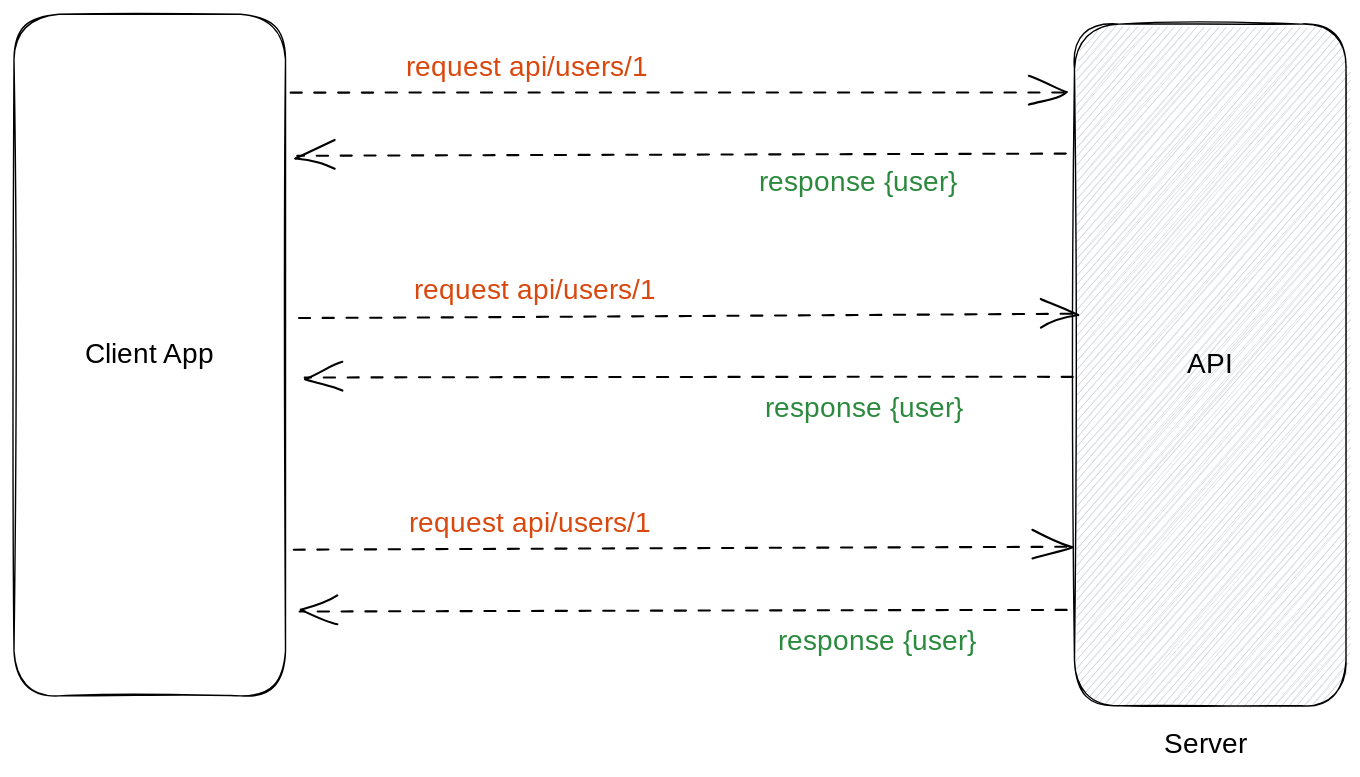
Earlier version of the Excalidraw export .gitbook/assets/file.excalidraw.svg (WoW-2-0/WOW2.Core---Old). Source tidied: one line per element, renumbered; positions are measured from the earlier drawing's top-left corner, leaving out a move shared by most shapes. The source it was exported from:
```json
{"id": 0, "type": "rectangle", "strokeColor": "#000000", "backgroundColor": "#ced4da", "fillStyle": "hachure", "strokeWidth": 1, "roughness": 1, "round": true, "x": 758, "y": 7, "width": 194, "height": 487}
{"id": 1, "type": "rectangle", "strokeColor": "#000000", "strokeWidth": 1, "roughness": 1, "round": true, "x": 0, "y": 0, "width": 194, "height": 487}
{"id": 2, "type": "text", "text": "API", "strokeColor": "#000000", "strokeWidth": 1, "roughness": 1, "fontSize": 20, "fontFamily": 1, "textAlign": "center", "verticalAlign": "middle", "inside": 0, "x": 835, "y": 237, "width": 39, "height": 27}
{"id": 3, "type": "text", "text": "Client App", "strokeColor": "#000000", "strokeWidth": 1, "roughness": 1, "fontSize": 20, "fontFamily": 1, "textAlign": "center", "verticalAlign": "middle", "inside": 1, "x": 48, "y": 230, "width": 99, "height": 27}
{"id": 4, "type": "text", "text": "Server", "strokeColor": "#000000", "strokeWidth": 1, "roughness": 1, "fontSize": 20, "fontFamily": 1, "x": 822, "y": 510, "width": 64, "height": 25}
{"id": 5, "type": "arrow", "strokeColor": "#000000", "backgroundColor": "#ced4da", "fillStyle": "hachure", "strokeWidth": 1, "strokeStyle": "dashed", "roughness": 1, "endArrowhead": "arrow", "round": true, "from": 1, "to": 0, "x": 198, "y": 56, "width": 557, "height": 1, "points": [[0, 0], [557, -1]]}
{"id": 6, "type": "arrow", "strokeColor": "#000000", "backgroundColor": "#ced4da", "fillStyle": "hachure", "strokeWidth": 1, "strokeStyle": "dashed", "roughness": 1, "endArrowhead": "arrow", "round": true, "from": 1, "x": 204, "y": 216, "width": 557, "height": 1, "points": [[0, 0], [557, -1]]}
{"id": 7, "type": "arrow", "strokeColor": "#000000", "backgroundColor": "#ced4da", "fillStyle": "hachure", "strokeWidth": 1, "strokeStyle": "dashed", "roughness": 1, "endArrowhead": "arrow", "round": true, "from": 1, "to": 0, "x": 200, "y": 382, "width": 557, "height": 1, "points": [[0, 0], [557, -1]]}
{"id": 8, "type": "text", "text": "request api/users/1", "strokeColor": "#d9480f", "backgroundColor": "#ced4da", "fillStyle": "hachure", "strokeWidth": 1, "strokeStyle": "dashed", "roughness": 1, "fontSize": 20, "fontFamily": 1, "x": 280, "y": 26, "width": 193, "height": 25}
{"id": 9, "type": "text", "text": "request api/users/1", "strokeColor": "#d9480f", "backgroundColor": "#ced4da", "fillStyle": "hachure", "strokeWidth": 1, "strokeStyle": "dashed", "roughness": 1, "fontSize": 20, "fontFamily": 1, "x": 286, "y": 185, "width": 193, "height": 25}
{"id": 10, "type": "text", "text": "request api/users/1", "strokeColor": "#d9480f", "backgroundColor": "#ced4da", "fillStyle": "hachure", "strokeWidth": 1, "strokeStyle": "dashed", "roughness": 1, "fontSize": 20, "fontFamily": 1, "x": 282, "y": 352, "width": 193, "height": 25}
{"id": 11, "type": "arrow", "strokeColor": "#000000", "backgroundColor": "#ced4da", "fillStyle": "hachure", "strokeWidth": 1, "strokeStyle": "dashed", "roughness": 1, "endArrowhead": "arrow", "round": true, "from": 0, "to": 1, "x": 752, "y": 100, "width": 549, "height": 1, "points": [[0, 0], [-549, 1]]}
{"id": 12, "type": "arrow", "strokeColor": "#000000", "backgroundColor": "#ced4da", "fillStyle": "hachure", "strokeWidth": 1, "strokeStyle": "dashed", "roughness": 1, "endArrowhead": "arrow", "round": true, "from": 0, "to": 1, "x": 757, "y": 260, "width": 548, "height": 1, "points": [[0, 0], [-548, 1]]}
{"id": 13, "type": "arrow", "strokeColor": "#000000", "backgroundColor": "#ced4da", "fillStyle": "hachure", "strokeWidth": 1, "strokeStyle": "dashed", "roughness": 1, "endArrowhead": "arrow", "round": true, "from": 0, "to": 1, "x": 753, "y": 426, "width": 549, "height": 1, "points": [[0, 0], [-549, 1]]}
{"id": 14, "type": "text", "text": "response {user}", "strokeColor": "#2b8a3e", "backgroundColor": "#ced4da", "fillStyle": "hachure", "strokeWidth": 1, "strokeStyle": "dashed", "roughness": 1, "fontSize": 20, "fontFamily": 1, "x": 533, "y": 108, "width": 158, "height": 25}
{"id": 15, "type": "text", "text": "response {user}", "strokeColor": "#2b8a3e", "backgroundColor": "#ced4da", "fillStyle": "hachure", "strokeWidth": 1, "strokeStyle": "dashed", "roughness": 1, "fontSize": 20, "fontFamily": 1, "x": 537, "y": 270, "width": 158, "height": 25}
{"id": 16, "type": "text", "text": "response {user}", "strokeColor": "#2b8a3e", "backgroundColor": "#ced4da", "fillStyle": "hachure", "strokeWidth": 1, "strokeStyle": "dashed", "roughness": 1, "fontSize": 20, "fontFamily": 1, "x": 546, "y": 436, "width": 158, "height": 25}
```
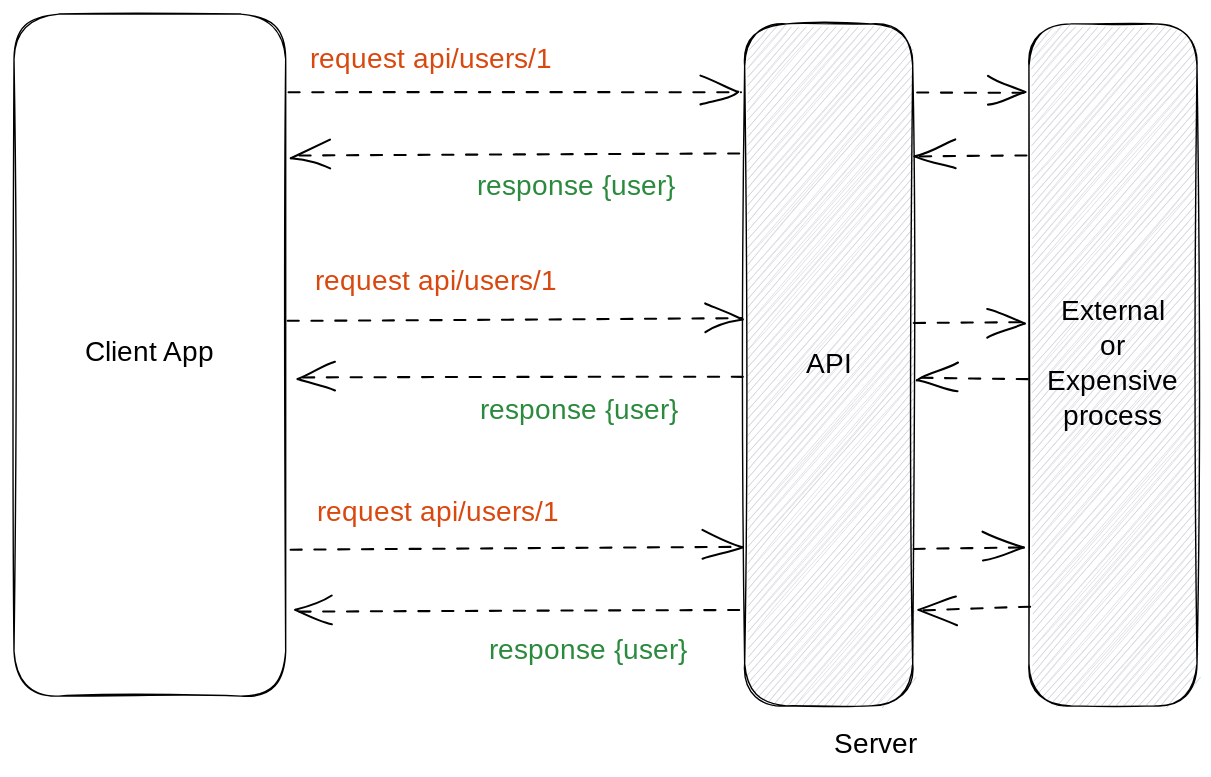
After the change.

Commit message:
GITBOOK-13: change request with no subject merged in GitBook

Change to the diagram source:
```diff
@@ -1,17 +1,25 @@
-{"id": 0, "type": "rectangle", "strokeColor": "#000000", "backgroundColor": "#ced4da", "fillStyle": "hachure", "strokeWidth": 1, "roughness": 1, "round": true, "x": 758, "y": 7, "width": 194, "height": 487}
+{"id": 0, "type": "rectangle", "strokeColor": "#000000", "backgroundColor": "#ced4da", "fillStyle": "hachure", "strokeWidth": 1, "roughness": 1, "round": true, "x": 522, "y": 7, "width": 120, "height": 487}
+{"id": 17, "type": "rectangle", "strokeColor": "#000000", "backgroundColor": "#ced4da", "fillStyle": "hachure", "strokeWidth": 1, "roughness": 1, "round": true, "x": 725, "y": 7, "width": 120, "height": 487}
 {"id": 1, "type": "rectangle", "strokeColor": "#000000", "strokeWidth": 1, "roughness": 1, "round": true, "x": 0, "y": 0, "width": 194, "height": 487}
-{"id": 2, "type": "text", "text": "API", "strokeColor": "#000000", "strokeWidth": 1, "roughness": 1, "fontSize": 20, "fontFamily": 1, "textAlign": "center", "verticalAlign": "middle", "inside": 0, "x": 835, "y": 237, "width": 39, "height": 27}
+{"id": 2, "type": "text", "text": "API", "strokeColor": "#000000", "strokeWidth": 1, "roughness": 1, "fontSize": 20, "fontFamily": 1, "textAlign": "center", "verticalAlign": "middle", "inside": 0, "x": 562, "y": 238, "width": 39, "height": 25}
+{"id": 18, "type": "text", "text": "External\nor\nExpensive\nprocess", "strokeColor": "#000000", "strokeWidth": 1, "roughness": 1, "fontSize": 20, "fontFamily": 1, "textAlign": "center", "verticalAlign": "middle", "inside": 17, "x": 738, "y": 200, "width": 93, "height": 100}
-{"id": 3, "type": "text", "text": "Client App", "strokeColor": "#000000", "strokeWidth": 1, "roughness": 1, "fontSize": 20, "fontFamily": 1, "textAlign": "center", "verticalAlign": "middle", "inside": 1, "x": 48, "y": 230, "width": 99, "height": 27}
+{"id": 3, "type": "text", "text": "Client App", "strokeColor": "#000000", "strokeWidth": 1, "roughness": 1, "fontSize": 20, "fontFamily": 1, "textAlign": "center", "verticalAlign": "middle", "inside": 1, "x": 48, "y": 230, "width": 99, "height": 25}
-{"id": 4, "type": "text", "text": "Server", "strokeColor": "#000000", "strokeWidth": 1, "roughness": 1, "fontSize": 20, "fontFamily": 1, "x": 822, "y": 510, "width": 64, "height": 25}
+{"id": 4, "type": "text", "text": "Server", "strokeColor": "#000000", "strokeWidth": 1, "roughness": 1, "fontSize": 20, "fontFamily": 1, "x": 586, "y": 510, "width": 64, "height": 25}
-{"id": 5, "type": "arrow", "strokeColor": "#000000", "backgroundColor": "#ced4da", "fillStyle": "hachure", "strokeWidth": 1, "strokeStyle": "dashed", "roughness": 1, "endArrowhead": "arrow", "round": true, "from": 1, "to": 0, "x": 198, "y": 56, "width": 557, "height": 1, "points": [[0, 0], [557, -1]]}
+{"id": 5, "type": "arrow", "strokeColor": "#000000", "backgroundColor": "#ced4da", "fillStyle": "hachure", "strokeWidth": 1, "strokeStyle": "dashed", "roughness": 1, "endArrowhead": "arrow", "round": true, "from": 1, "to": 0, "x": 197, "y": 56, "width": 323, "height": 1, "points": [[0, 0], [323, -1]]}
-{"id": 6, "type": "arrow", "strokeColor": "#000000", "backgroundColor": "#ced4da", "fillStyle": "hachure", "strokeWidth": 1, "strokeStyle": "dashed", "roughness": 1, "endArrowhead": "arrow", "round": true, "from": 1, "x": 204, "y": 216, "width": 557, "height": 1, "points": [[0, 0], [557, -1]]}
+{"id": 6, "type": "arrow", "strokeColor": "#000000", "backgroundColor": "#ced4da", "fillStyle": "hachure", "strokeWidth": 1, "strokeStyle": "dashed", "roughness": 1, "endArrowhead": "arrow", "round": true, "from": 1, "to": 0, "x": 195, "y": 218, "width": 325, "height": 0, "points": [[0, 0], [325, 0]]}
-{"id": 7, "type": "arrow", "strokeColor": "#000000", "backgroundColor": "#ced4da", "fillStyle": "hachure", "strokeWidth": 1, "strokeStyle": "dashed", "roughness": 1, "endArrowhead": "arrow", "round": true, "from": 1, "to": 0, "x": 200, "y": 382, "width": 557, "height": 1, "points": [[0, 0], [557, -1]]}
+{"id": 7, "type": "arrow", "strokeColor": "#000000", "backgroundColor": "#ced4da", "fillStyle": "hachure", "strokeWidth": 1, "strokeStyle": "dashed", "roughness": 1, "endArrowhead": "arrow", "round": true, "from": 1, "to": 0, "x": 198, "y": 382, "width": 323, "height": 1, "points": [[0, 0], [323, -1]]}
-{"id": 8, "type": "text", "text": "request api/users/1", "strokeColor": "#d9480f", "backgroundColor": "#ced4da", "fillStyle": "hachure", "strokeWidth": 1, "strokeStyle": "dashed", "roughness": 1, "fontSize": 20, "fontFamily": 1, "x": 280, "y": 26, "width": 193, "height": 25}
+{"id": 8, "type": "text", "text": "request api/users/1", "strokeColor": "#d9480f", "backgroundColor": "#ced4da", "fillStyle": "hachure", "strokeWidth": 1, "strokeStyle": "dashed", "roughness": 1, "fontSize": 20, "fontFamily": 1, "x": 211, "y": 21, "width": 193, "height": 25}
-{"id": 9, "type": "text", "text": "request api/users/1", "strokeColor": "#d9480f", "backgroundColor": "#ced4da", "fillStyle": "hachure", "strokeWidth": 1, "strokeStyle": "dashed", "roughness": 1, "fontSize": 20, "fontFamily": 1, "x": 286, "y": 185, "width": 193, "height": 25}
+{"id": 9, "type": "text", "text": "request api/users/1", "strokeColor": "#d9480f", "backgroundColor": "#ced4da", "fillStyle": "hachure", "strokeWidth": 1, "strokeStyle": "dashed", "roughness": 1, "fontSize": 20, "fontFamily": 1, "x": 215, "y": 179, "width": 193, "height": 25}
-{"id": 10, "type": "text", "text": "request api/users/1", "strokeColor": "#d9480f", "backgroundColor": "#ced4da", "fillStyle": "hachure", "strokeWidth": 1, "strokeStyle": "dashed", "roughness": 1, "fontSize": 20, "fontFamily": 1, "x": 282, "y": 352, "width": 193, "height": 25}
+{"id": 10, "type": "text", "text": "request api/users/1", "strokeColor": "#d9480f", "backgroundColor": "#ced4da", "fillStyle": "hachure", "strokeWidth": 1, "strokeStyle": "dashed", "roughness": 1, "fontSize": 20, "fontFamily": 1, "x": 216, "y": 344, "width": 193, "height": 25}
-{"id": 11, "type": "arrow", "strokeColor": "#000000", "backgroundColor": "#ced4da", "fillStyle": "hachure", "strokeWidth": 1, "strokeStyle": "dashed", "roughness": 1, "endArrowhead": "arrow", "round": true, "from": 0, "to": 1, "x": 752, "y": 100, "width": 549, "height": 1, "points": [[0, 0], [-549, 1]]}
+{"id": 11, "type": "arrow", "strokeColor": "#000000", "backgroundColor": "#ced4da", "fillStyle": "hachure", "strokeWidth": 1, "strokeStyle": "dashed", "roughness": 1, "endArrowhead": "arrow", "round": true, "from": 0, "to": 1, "x": 518, "y": 100, "width": 318, "height": 1, "points": [[0, 0], [-318, 1]]}
-{"id": 12, "type": "arrow", "strokeColor": "#000000", "backgroundColor": "#ced4da", "fillStyle": "hachure", "strokeWidth": 1, "strokeStyle": "dashed", "roughness": 1, "endArrowhead": "arrow", "round": true, "from": 0, "to": 1, "x": 757, "y": 260, "width": 548, "height": 1, "points": [[0, 0], [-548, 1]]}
+{"id": 12, "type": "arrow", "strokeColor": "#000000", "backgroundColor": "#ced4da", "fillStyle": "hachure", "strokeWidth": 1, "strokeStyle": "dashed", "roughness": 1, "endArrowhead": "arrow", "round": true, "from": 0, "to": 1, "x": 521, "y": 260, "width": 318, "height": 1, "points": [[0, 0], [-318, 1]]}
-{"id": 13, "type": "arrow", "strokeColor": "#000000", "backgroundColor": "#ced4da", "fillStyle": "hachure", "strokeWidth": 1, "strokeStyle": "dashed", "roughness": 1, "endArrowhead": "arrow", "round": true, "from": 0, "to": 1, "x": 753, "y": 426, "width": 549, "height": 1, "points": [[0, 0], [-549, 1]]}
+{"id": 13, "type": "arrow", "strokeColor": "#000000", "backgroundColor": "#ced4da", "fillStyle": "hachure", "strokeWidth": 1, "strokeStyle": "dashed", "roughness": 1, "endArrowhead": "arrow", "round": true, "from": 0, "to": 1, "x": 519, "y": 426, "width": 318, "height": 1, "points": [[0, 0], [-318, 1]]}
-{"id": 14, "type": "text", "text": "response {user}", "strokeColor": "#2b8a3e", "backgroundColor": "#ced4da", "fillStyle": "hachure", "strokeWidth": 1, "strokeStyle": "dashed", "roughness": 1, "fontSize": 20, "fontFamily": 1, "x": 533, "y": 108, "width": 158, "height": 25}
+{"id": 14, "type": "text", "text": "response {user}", "strokeColor": "#2b8a3e", "backgroundColor": "#ced4da", "fillStyle": "hachure", "strokeWidth": 1, "strokeStyle": "dashed", "roughness": 1, "fontSize": 20, "fontFamily": 1, "x": 331, "y": 111, "width": 158, "height": 25}
-{"id": 15, "type": "text", "text": "response {user}", "strokeColor": "#2b8a3e", "backgroundColor": "#ced4da", "fillStyle": "hachure", "strokeWidth": 1, "strokeStyle": "dashed", "roughness": 1, "fontSize": 20, "fontFamily": 1, "x": 537, "y": 270, "width": 158, "height": 25}
+{"id": 15, "type": "text", "text": "response {user}", "strokeColor": "#2b8a3e", "backgroundColor": "#ced4da", "fillStyle": "hachure", "strokeWidth": 1, "strokeStyle": "dashed", "roughness": 1, "fontSize": 20, "fontFamily": 1, "x": 333, "y": 271, "width": 158, "height": 25}
-{"id": 16, "type": "text", "text": "response {user}", "strokeColor": "#2b8a3e", "backgroundColor": "#ced4da", "fillStyle": "hachure", "strokeWidth": 1, "strokeStyle": "dashed", "roughness": 1, "fontSize": 20, "fontFamily": 1, "x": 546, "y": 436, "width": 158, "height": 25}
+{"id": 16, "type": "text", "text": "response {user}", "strokeColor": "#2b8a3e", "backgroundColor": "#ced4da", "fillStyle": "hachure", "strokeWidth": 1, "strokeStyle": "dashed", "roughness": 1, "fontSize": 20, "fontFamily": 1, "x": 339, "y": 442, "width": 158, "height": 25}
+{"id": 19, "type": "arrow", "strokeColor": "#000000", "strokeWidth": 1, "strokeStyle": "dashed", "roughness": 1, "endArrowhead": "arrow", "round": true, "from": 0, "to": 17, "x": 646, "y": 56, "width": 79, "height": 0, "points": [[0, 0], [79, 0]]}
+{"id": 20, "type": "arrow", "strokeColor": "#000000", "strokeWidth": 1, "strokeStyle": "dashed", "roughness": 1, "endArrowhead": "arrow", "round": true, "from": 17, "to": 0, "x": 723, "y": 101, "width": 77, "height": 1, "points": [[0, 0], [-77, 1]]}
+{"id": 21, "type": "arrow", "strokeColor": "#000000", "strokeWidth": 1, "strokeStyle": "dashed", "roughness": 1, "endArrowhead": "arrow", "round": true, "from": 0, "to": 17, "x": 643, "y": 221, "width": 79, "height": 0, "points": [[0, 0], [79, 0]]}
+{"id": 22, "type": "arrow", "strokeColor": "#000000", "strokeWidth": 1, "strokeStyle": "dashed", "roughness": 1, "endArrowhead": "arrow", "round": true, "from": 17, "to": 0, "x": 724, "y": 260, "width": 79, "height": 1, "points": [[0, 0], [-79, -1]]}
+{"id": 23, "type": "arrow", "strokeColor": "#000000", "strokeWidth": 1, "strokeStyle": "dashed", "roughness": 1, "endArrowhead": "arrow", "round": true, "from": 0, "to": 17, "x": 643, "y": 383, "width": 79, "height": 2, "points": [[0, 0], [79, -2]]}
+{"id": 24, "type": "arrow", "strokeColor": "#000000", "strokeWidth": 1, "strokeStyle": "dashed", "roughness": 1, "endArrowhead": "arrow", "round": true, "to": 0, "x": 725, "y": 424, "width": 79, "height": 3, "points": [[0, 0], [-79, 3]]}
```
